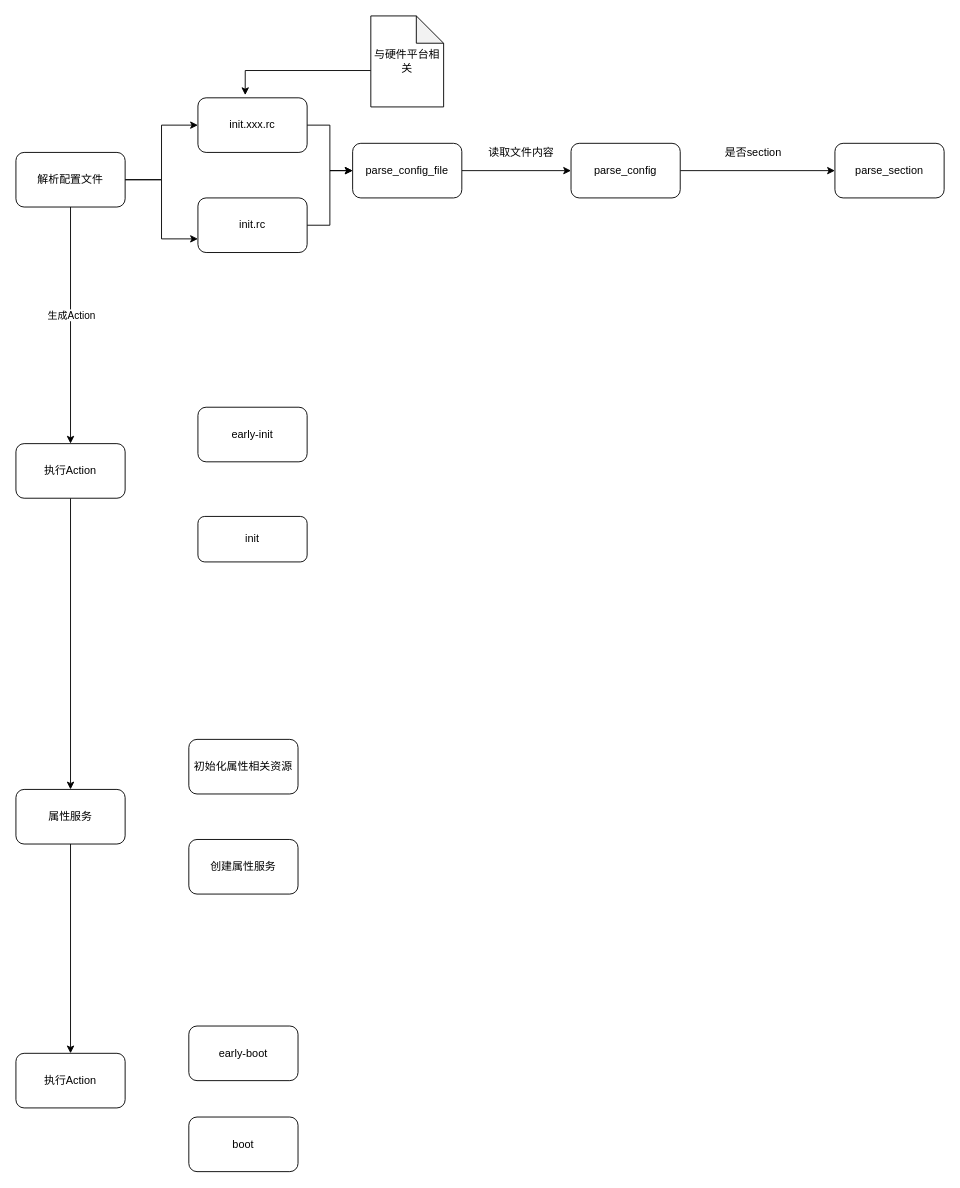
Before: init.drawio in xxm-sz/dio, a draw.io diagram. Source tidied: cells renumbered, new cells numbered last; positions are measured from the earlier drawing's top-left corner, leaving out a move shared by most shapes. Both pictures are drawn from the tidied source at 91%, with x=0, y=0 at pixel (15, 15).
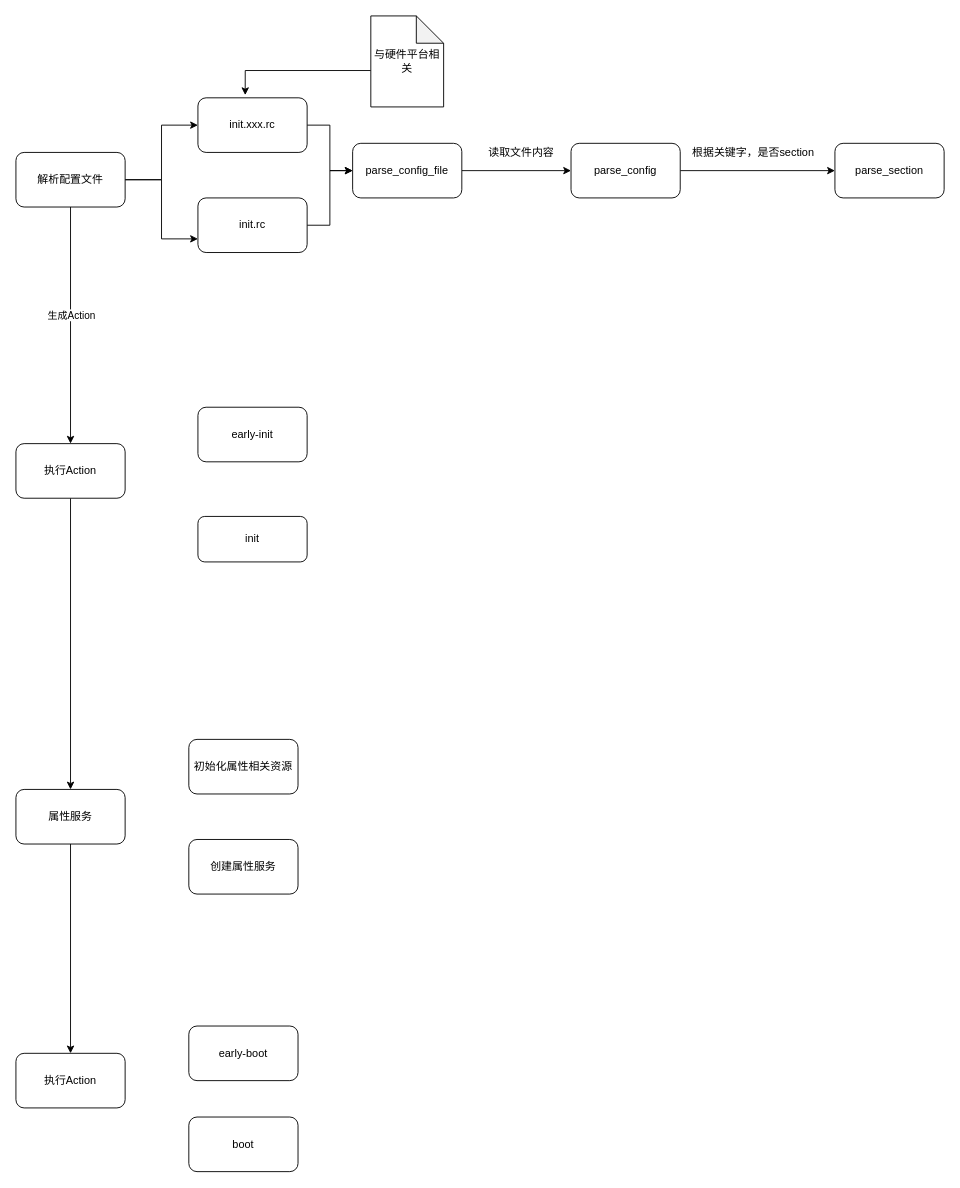
Above is the later version.

What changed in the source:
```diff
@@
-    <mxCell id="30" value="是否section" style="text;html=1;align=center;verticalAlign=middle;" parent="1" vertex="1">
-      <mxGeometry x="770" y="140" width="80" height="20" as="geometry" />
+    <mxCell id="30" value="根据关键字，是否section" style="text;html=1;align=center;verticalAlign=middle;" parent="1" vertex="1">
+      <mxGeometry x="735" y="140" width="150" height="20" as="geometry" />
     </mxCell>
```
